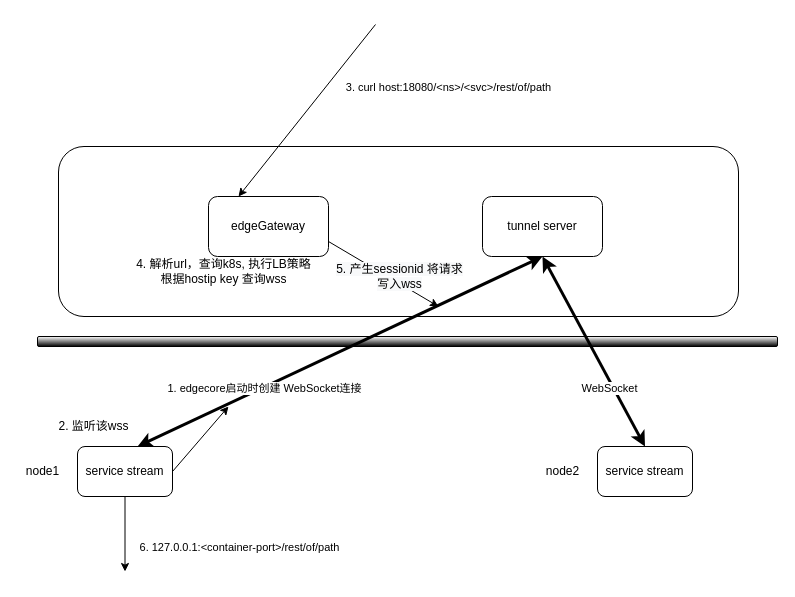
Earlier version of the draw.io diagram edgegateway.drawio (ssider/system_designs). Source tidied: cells renumbered, new cells numbered last; positions are measured from the earlier drawing's top-left corner, leaving out a move shared by most shapes. Both pictures are drawn from the tidied source at 100%, with x=0, y=0 at pixel (17, 24).
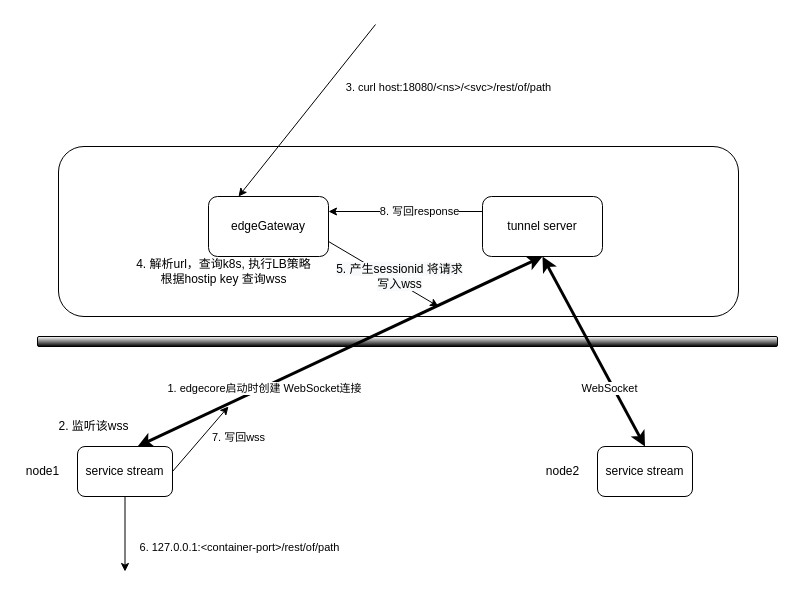
The same diagram, later.

Unchanged cells that the change refers to:
```xml
<mxCell id="3" value="edgeGateway" style="rounded=1;whiteSpace=wrap;html=1;" parent="1" vertex="1">
  <mxGeometry x="191" y="172" width="120" height="60" as="geometry" />
</mxCell>
<mxCell id="4" value="tunnel server" style="rounded=1;whiteSpace=wrap;html=1;" parent="1" vertex="1">
  <mxGeometry x="465" y="172" width="120" height="60" as="geometry" />
</mxCell>
<mxCell id="19" style="endArrow=classic;html=1;strokeWidth=1;exitX=1;exitY=0.5;exitDx=0;exitDy=0;" parent="1" edge="1" source="8">
  <mxGeometry relative="1" as="geometry">
    <mxPoint x="211" y="382" as="targetPoint" />
  </mxGeometry>
</mxCell>
```

Diff of the diagram source:
```diff
@@
+    <mxCell id="23" value="7. 写回wss" style="edgeLabel;html=1;align=center;verticalAlign=middle;" parent="19" vertex="1">
+      <mxGeometry x="0.04" relative="1" as="geometry">
+        <mxPoint x="36.6" y="-0.9" as="offset" />
+      </mxGeometry>
+    </mxCell>
@@
+    <mxCell id="24" style="endArrow=classic;html=1;strokeWidth=1;exitX=0;exitY=0.25;exitDx=0;exitDy=0;entryX=1;entryY=0.25;entryDx=0;entryDy=0;" parent="1" edge="1" source="4" target="3">
+      <mxGeometry relative="1" as="geometry" />
+    </mxCell>
+    <mxCell id="25" value="8. 写回response" style="edgeLabel;html=1;align=center;verticalAlign=middle;" parent="24" vertex="1">
+      <mxGeometry x="0.04" relative="1" as="geometry">
+        <mxPoint x="16" y="-0.9" as="offset" />
+      </mxGeometry>
+    </mxCell>
```
